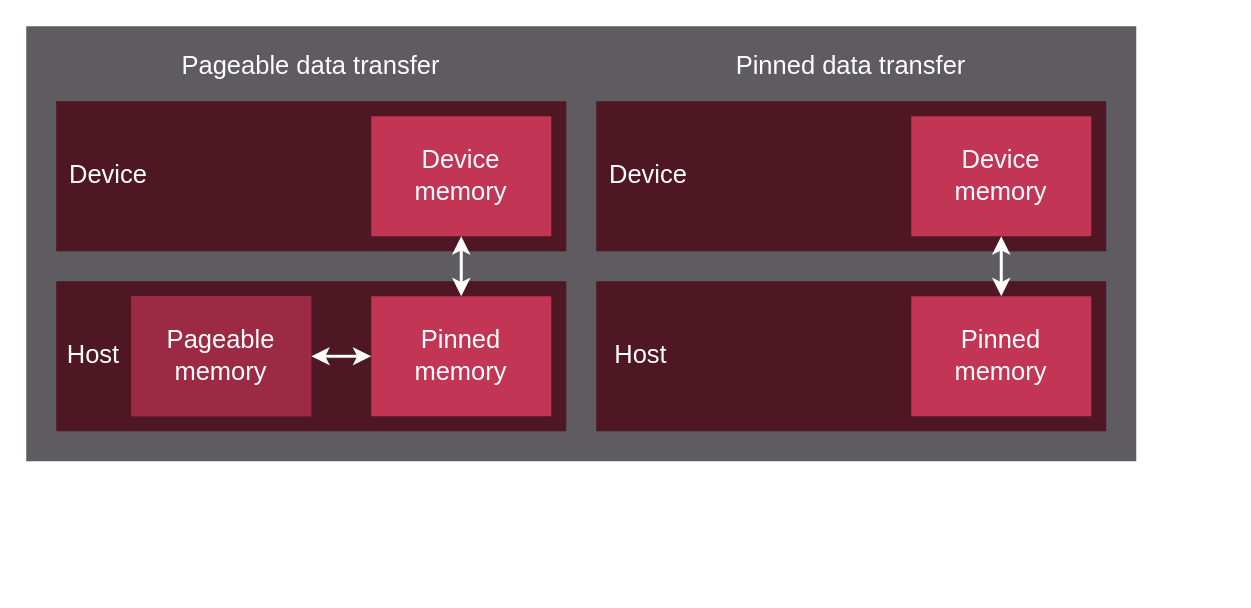
Earlier version of the draw.io diagram projects/hip/docs/data/how-to/hip_runtime_api/memory_management/pageable_pinned.drawio (NautRobot/Eze-P). Source tidied: cells renumbered, new cells numbered last; positions are measured from the earlier drawing's top-left corner, leaving out a move shared by most shapes. Both pictures are drawn from the tidied source at 150%, with x=0, y=0 at pixel (26, 26).
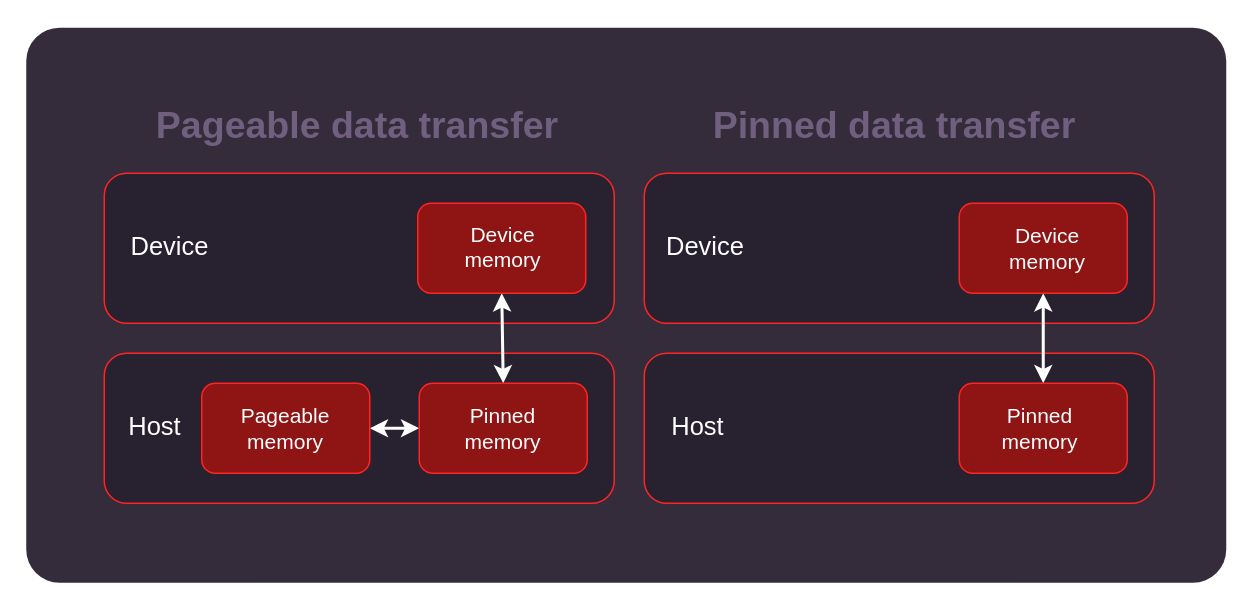
Above is the later version.

Diff of the diagram source:
```diff
@@
-    <mxCell id="2" style="rounded=0;whiteSpace=wrap;html=1;fillColor=#5E5B61;fontColor=#FFFFFF;strokeColor=none;spacing=0;" parent="1" vertex="1">
-      <mxGeometry width="740" height="290" as="geometry" />
-    </mxCell>
-    <mxCell id="3" value="Pageable data transfer" style="text;strokeColor=none;fillColor=none;align=center;verticalAlign=middle;rounded=0;fontFamily=Helvetica;fontSize=17;fontColor=#FFFFFF;" parent="1" vertex="1">
-      <mxGeometry x="20" y="10" width="340" height="30" as="geometry" />
-    </mxCell>
+    <mxCell id="32" style="rounded=1;whiteSpace=wrap;html=1;fillColor=#342C3B;fontColor=#FFFFFF;strokeColor=none;spacing=0;arcSize=6;" parent="1" vertex="1">
+      <mxGeometry y="1" width="800" height="370" as="geometry" />
+    </mxCell>
-    <mxCell id="4" style="rounded=0;whiteSpace=wrap;html=1;fillColor=#4F1623;fontColor=#FFFFFF;strokeColor=none;" parent="1" vertex="1">
-      <mxGeometry x="20" y="170" width="340" height="100" as="geometry" />
+    <mxCell id="4" style="whiteSpace=wrap;html=1;fontSize=16;fontFamily=Verdana;rounded=1;strokeColor=#ff2424;fillStyle=solid;fontColor=#F0F0F0;fillColor=#272130;" parent="1" vertex="1">
+      <mxGeometry x="52" y="218" width="340" height="100" as="geometry" />
     </mxCell>
-    <mxCell id="5" style="group;" parent="1" vertex="1">
-      <mxGeometry x="230" y="180" width="120" height="80" as="geometry" />
-    </mxCell>
-    <mxCell id="6" style="rounded=0;whiteSpace=wrap;html=1;fillColor=#C23555;fontColor=#FFFFFF;strokeColor=none;" parent="5" vertex="1">
-      <mxGeometry width="120" height="80" as="geometry" />
-    </mxCell>
-    <mxCell id="7" value="&lt;div&gt;Pinned memory&lt;/div&gt;" style="text;html=1;strokeColor=none;fillColor=none;align=center;verticalAlign=middle;whiteSpace=wrap;rounded=0;fontSize=17;fontColor=#FFFFFF;" parent="5" vertex="1">
-      <mxGeometry width="120" height="80" as="geometry" />
-    </mxCell>
-    <mxCell id="8" value="Pinned data transfer" style="text;strokeColor=none;fillColor=none;align=center;verticalAlign=middle;rounded=0;fontFamily=Helvetica;fontSize=17;fontColor=#FFFFFF;" parent="1" vertex="1">
-      <mxGeometry x="380" y="10" width="340" height="30" as="geometry" />
-    </mxCell>
-    <mxCell id="9" style="group;fillColor=#9C2A44;" parent="1" vertex="1">
-      <mxGeometry x="70" y="180" width="120" height="80" as="geometry" />
-    </mxCell>
-    <mxCell id="10" style="rounded=0;whiteSpace=wrap;html=1;fillColor=#9C2A44;fontColor=#FFFFFF;strokeColor=none;" parent="9" vertex="1">
-      <mxGeometry width="120" height="80" as="geometry" />
-    </mxCell>
-    <mxCell id="11" value="Pageable memory" style="text;html=1;strokeColor=none;fillColor=none;align=center;verticalAlign=middle;whiteSpace=wrap;rounded=0;fontSize=17;fontColor=#FFFFFF;" parent="9" vertex="1">
-      <mxGeometry width="120" height="80" as="geometry" />
-    </mxCell>
-    <mxCell id="12" style="endArrow=classic;startArrow=classic;html=1;rounded=0;entryX=1;entryY=0.5;entryDx=0;entryDy=0;strokeWidth=2;exitX=0;exitY=0.5;exitDx=0;exitDy=0;" parent="1" edge="1" source="7" target="10">
-      <mxGeometry relative="1" as="geometry" />
-    </mxCell>
-    <mxCell id="13" style="rounded=0;whiteSpace=wrap;html=1;fillColor=#4F1623;fontColor=#FFFFFF;strokeColor=none;" parent="1" vertex="1">
-      <mxGeometry x="20" y="50" width="340" height="100" as="geometry" />
+    <mxCell id="13" style="whiteSpace=wrap;html=1;fontSize=16;fontFamily=Verdana;rounded=1;strokeColor=#ff2424;fillStyle=solid;fontColor=#F0F0F0;fillColor=#272130;" parent="1" vertex="1">
+      <mxGeometry x="52" y="98" width="340" height="100" as="geometry" />
     </mxCell>
-    <mxCell id="14" style="group;" parent="1" vertex="1">
-      <mxGeometry x="230" y="60" width="120" height="80" as="geometry" />
-    </mxCell>
-    <mxCell id="15" style="rounded=0;whiteSpace=wrap;html=1;fillColor=#C23555;fontColor=#FFFFFF;strokeColor=none;" parent="14" vertex="1">
-      <mxGeometry width="120" height="80" as="geometry" />
-    </mxCell>
-    <mxCell id="16" value="&lt;div&gt;Device memory&lt;/div&gt;" style="text;html=1;strokeColor=none;fillColor=none;align=center;verticalAlign=middle;whiteSpace=wrap;rounded=0;fontSize=17;fontColor=#FFFFFF;" parent="14" vertex="1">
-      <mxGeometry width="120" height="80" as="geometry" />
-    </mxCell>
-    <mxCell id="17" style="endArrow=classic;startArrow=classic;html=1;rounded=0;entryX=0.5;entryY=0;entryDx=0;entryDy=0;strokeWidth=2;strokeColor=#ffffff;exitX=0.5;exitY=1;exitDx=0;exitDy=0;" parent="1" edge="1" source="16" target="6">
+    <mxCell id="17" style="endArrow=classic;startArrow=classic;html=1;rounded=0;entryX=0.5;entryY=0;entryDx=0;entryDy=0;strokeWidth=2;strokeColor=#ffffff;exitX=0.5;exitY=1;exitDx=0;exitDy=0;" parent="1" edge="1" source="33" target="38">
       <mxGeometry relative="1" as="geometry" />
     </mxCell>
-    <mxCell id="18" style="rounded=0;whiteSpace=wrap;html=1;fillColor=#4F1623;fontColor=#FFFFFF;strokeColor=none;" parent="1" vertex="1">
-      <mxGeometry x="380" y="170" width="340" height="100" as="geometry" />
+    <mxCell id="18" style="whiteSpace=wrap;html=1;fontSize=16;fontFamily=Verdana;rounded=1;strokeColor=#ff2424;fillStyle=solid;fontColor=#F0F0F0;fillColor=#272130;" parent="1" vertex="1">
+      <mxGeometry x="412" y="218" width="340" height="100" as="geometry" />
     </mxCell>
-    <mxCell id="19" style="group;" parent="1" vertex="1">
-      <mxGeometry x="590" y="180" width="120" height="80" as="geometry" />
-    </mxCell>
-    <mxCell id="20" style="rounded=0;whiteSpace=wrap;html=1;fillColor=#C23555;fontColor=#FFFFFF;strokeColor=none;" parent="19" vertex="1">
-      <mxGeometry width="120" height="80" as="geometry" />
-    </mxCell>
-    <mxCell id="21" value="&lt;div&gt;Pinned memory&lt;/div&gt;" style="text;html=1;strokeColor=none;fillColor=none;align=center;verticalAlign=middle;whiteSpace=wrap;rounded=0;fontSize=17;fontColor=#FFFFFF;" parent="19" vertex="1">
-      <mxGeometry width="120" height="80" as="geometry" />
-    </mxCell>
-    <mxCell id="22" style="rounded=0;whiteSpace=wrap;html=1;fillColor=#4F1623;fontColor=#FFFFFF;strokeColor=none;" parent="1" vertex="1">
-      <mxGeometry x="380" y="50" width="340" height="100" as="geometry" />
+    <mxCell id="22" style="whiteSpace=wrap;html=1;fontSize=16;fontFamily=Verdana;rounded=1;strokeColor=#ff2424;fillStyle=solid;fontColor=#F0F0F0;fillColor=#272130;" parent="1" vertex="1">
+      <mxGeometry x="412" y="98" width="340" height="100" as="geometry" />
     </mxCell>
-    <mxCell id="23" style="group;" parent="1" vertex="1">
-      <mxGeometry x="590" y="60" width="120" height="80" as="geometry" />
-    </mxCell>
-    <mxCell id="24" style="rounded=0;whiteSpace=wrap;html=1;fillColor=#C23555;fontColor=#FFFFFF;strokeColor=none;" parent="23" vertex="1">
-      <mxGeometry width="120" height="80" as="geometry" />
-    </mxCell>
-    <mxCell id="25" value="&lt;div&gt;Device memory&lt;/div&gt;" style="text;html=1;strokeColor=none;fillColor=none;align=center;verticalAlign=middle;whiteSpace=wrap;rounded=0;fontSize=17;fontColor=#FFFFFF;" parent="23" vertex="1">
-      <mxGeometry width="120" height="80" as="geometry" />
-    </mxCell>
-    <mxCell id="26" style="edgeStyle=none;html=1;exitX=0.5;exitY=0;exitDx=0;exitDy=0;entryX=0.5;entryY=1;entryDx=0;entryDy=0;startArrow=classic;startFill=1;strokeWidth=2;strokeColor=#FFFFFF;" parent="1" edge="1" source="21" target="25">
+    <mxCell id="26" style="edgeStyle=none;html=1;exitX=0.5;exitY=0;exitDx=0;exitDy=0;entryX=0.5;entryY=1;entryDx=0;entryDy=0;startArrow=classic;startFill=1;strokeWidth=2;strokeColor=#FFFFFF;" parent="1" edge="1" source="40" target="35">
       <mxGeometry relative="1" as="geometry" />
     </mxCell>
-    <mxCell id="27" value="&lt;div&gt;Host&lt;/div&gt;" style="text;html=1;strokeColor=none;fillColor=none;align=center;verticalAlign=middle;whiteSpace=wrap;rounded=0;fontSize=17;fontColor=#FFFFFF;direction=west;" parent="1" vertex="1">
-      <mxGeometry x="20" y="205" width="50" height="30" as="geometry" />
+    <mxCell id="27" value="&lt;div&gt;&lt;font style=&quot;color: rgb(255, 255, 255);&quot;&gt;Host&lt;/font&gt;&lt;/div&gt;" style="text;html=1;strokeColor=none;fillColor=none;align=center;verticalAlign=middle;whiteSpace=wrap;rounded=0;fontSize=17;fontColor=#FFFFFF;direction=west;" parent="1" vertex="1">
+      <mxGeometry x="61" y="253" width="50" height="30" as="geometry" />
     </mxCell>
-    <mxCell id="28" value="&lt;div&gt;Device&lt;/div&gt;" style="text;html=1;strokeColor=none;fillColor=none;align=center;verticalAlign=middle;whiteSpace=wrap;rounded=0;fontSize=17;fontColor=#FFFFFF;" parent="1" vertex="1">
-      <mxGeometry x="20" y="85" width="70" height="30" as="geometry" />
+    <mxCell id="28" value="&lt;div&gt;&lt;font style=&quot;color: rgb(255, 255, 255);&quot;&gt;Device&lt;/font&gt;&lt;/div&gt;" style="text;html=1;strokeColor=none;fillColor=none;align=center;verticalAlign=middle;whiteSpace=wrap;rounded=0;fontSize=17;fontColor=#FFFFFF;" parent="1" vertex="1">
+      <mxGeometry x="61" y="133" width="70" height="30" as="geometry" />
     </mxCell>
-    <mxCell id="29" value="&lt;div&gt;Device&lt;/div&gt;" style="text;html=1;strokeColor=none;fillColor=none;align=center;verticalAlign=middle;whiteSpace=wrap;rounded=0;fontSize=17;fontColor=#FFFFFF;" parent="1" vertex="1">
-      <mxGeometry x="380" y="85" width="70" height="30" as="geometry" />
+    <mxCell id="29" value="&lt;div&gt;&lt;font style=&quot;color: rgb(255, 255, 255);&quot;&gt;Device&lt;/font&gt;&lt;/div&gt;" style="text;html=1;strokeColor=none;fillColor=none;align=center;verticalAlign=middle;whiteSpace=wrap;rounded=0;fontSize=17;fontColor=#FFFFFF;" parent="1" vertex="1">
+      <mxGeometry x="418" y="133" width="70" height="30" as="geometry" />
     </mxCell>
-    <mxCell id="30" value="&lt;div&gt;Host&lt;/div&gt;" style="text;html=1;strokeColor=none;fillColor=none;align=center;verticalAlign=middle;whiteSpace=wrap;rounded=0;fontSize=17;fontColor=#FFFFFF;" parent="1" vertex="1">
-      <mxGeometry x="380" y="205" width="60" height="30" as="geometry" />
+    <mxCell id="30" value="&lt;div&gt;&lt;font style=&quot;color: rgb(255, 255, 255);&quot;&gt;Host&lt;/font&gt;&lt;/div&gt;" style="text;html=1;strokeColor=none;fillColor=none;align=center;verticalAlign=middle;whiteSpace=wrap;rounded=0;fontSize=17;fontColor=#FFFFFF;" parent="1" vertex="1">
+      <mxGeometry x="418" y="253" width="60" height="30" as="geometry" />
     </mxCell>
-    <mxCell id="31" style="edgeStyle=none;html=1;strokeWidth=2;startArrow=classic;startFill=1;strokeColor=#FFFFFF;" parent="1" edge="1" source="11" target="7">
-      <mxGeometry relative="1" as="geometry" />
+    <mxCell id="31" style="edgeStyle=none;html=1;strokeWidth=2;startArrow=classic;startFill=1;strokeColor=#FFFFFF;exitX=1;exitY=0.5;exitDx=0;exitDy=0;" parent="1" edge="1" source="37">
+      <mxGeometry relative="1" as="geometry">
+        <mxPoint x="262" y="268" as="targetPoint" />
+      </mxGeometry>
     </mxCell>
+    <mxCell id="3" value="Pageable data transfer" style="text;html=1;strokeColor=none;fillColor=none;align=center;verticalAlign=middle;whiteSpace=wrap;rounded=0;fontSize=25;fontColor=#705F7F;fontStyle=1;" parent="1" vertex="1">
+      <mxGeometry x="52" y="50" width="338" height="30" as="geometry" />
+    </mxCell>
+    <mxCell id="33" style="whiteSpace=wrap;html=1;fontSize=16;fontFamily=Verdana;rounded=1;verticalAlign=top;strokeColor=#ff2424;fillColor=#8F1414;fontColor=#F0F0F0;" parent="1" vertex="1">
+      <mxGeometry x="261" y="118" width="112" height="60" as="geometry" />
+    </mxCell>
+    <mxCell id="34" value="Device memory" style="text;html=1;strokeColor=none;fillColor=none;align=center;verticalAlign=middle;whiteSpace=wrap;rounded=0;fontSize=14;fontFamily=Helvetica;fontColor=#FFFFFF;" parent="1" vertex="1">
+      <mxGeometry x="288" y="137" width="60" height="20" as="geometry" />
+    </mxCell>
+    <mxCell id="35" style="whiteSpace=wrap;html=1;fontSize=16;fontFamily=Verdana;rounded=1;verticalAlign=top;strokeColor=#ff2424;fillColor=#8F1414;fontColor=#F0F0F0;" parent="1" vertex="1">
+      <mxGeometry x="622" y="118" width="112" height="60" as="geometry" />
+    </mxCell>
+    <mxCell id="36" value="Device memory" style="text;html=1;strokeColor=none;fillColor=none;align=center;verticalAlign=middle;whiteSpace=wrap;rounded=0;fontSize=14;fontFamily=Helvetica;fontColor=#FFFFFF;" parent="1" vertex="1">
+      <mxGeometry x="651" y="138" width="60" height="20" as="geometry" />
+    </mxCell>
+    <mxCell id="37" style="whiteSpace=wrap;html=1;fontSize=16;fontFamily=Verdana;rounded=1;verticalAlign=top;strokeColor=#ff2424;fillColor=#8F1414;fontColor=#F0F0F0;" parent="1" vertex="1">
+      <mxGeometry x="117" y="238" width="112" height="60" as="geometry" />
+    </mxCell>
+    <mxCell id="11" value="Pageable&lt;div&gt;&lt;font style=&quot;color: rgb(255, 255, 255);&quot;&gt;memory&lt;/font&gt;&lt;/div&gt;" style="text;html=1;strokeColor=none;fillColor=none;align=center;verticalAlign=middle;whiteSpace=wrap;rounded=0;fontSize=14;fontFamily=Helvetica;fontColor=#FFFFFF;" parent="1" vertex="1">
+      <mxGeometry x="143" y="252" width="60" height="32" as="geometry" />
+    </mxCell>
+    <mxCell id="38" style="whiteSpace=wrap;html=1;fontSize=16;fontFamily=Verdana;rounded=1;verticalAlign=top;strokeColor=#ff2424;fillColor=#8F1414;fontColor=#F0F0F0;" parent="1" vertex="1">
+      <mxGeometry x="262" y="238" width="112" height="60" as="geometry" />
+    </mxCell>
+    <mxCell id="39" value="Pinned&lt;div&gt;&lt;font style=&quot;color: rgb(255, 255, 255);&quot;&gt;memory&lt;/font&gt;&lt;/div&gt;" style="text;html=1;strokeColor=none;fillColor=none;align=center;verticalAlign=middle;whiteSpace=wrap;rounded=0;fontSize=14;fontFamily=Helvetica;fontColor=#FFFFFF;" parent="1" vertex="1">
+      <mxGeometry x="288" y="252" width="60" height="32" as="geometry" />
+    </mxCell>
+    <mxCell id="40" style="whiteSpace=wrap;html=1;fontSize=16;fontFamily=Verdana;rounded=1;verticalAlign=top;strokeColor=#ff2424;fillColor=#8F1414;fontColor=#F0F0F0;" parent="1" vertex="1">
+      <mxGeometry x="622" y="238" width="112" height="60" as="geometry" />
+    </mxCell>
+    <mxCell id="41" value="Pinned&lt;div&gt;&lt;font style=&quot;color: rgb(255, 255, 255);&quot;&gt;memory&lt;/font&gt;&lt;/div&gt;" style="text;html=1;strokeColor=none;fillColor=none;align=center;verticalAlign=middle;whiteSpace=wrap;rounded=0;fontSize=14;fontFamily=Helvetica;fontColor=#FFFFFF;" parent="1" vertex="1">
+      <mxGeometry x="646" y="252" width="60" height="32" as="geometry" />
+    </mxCell>
+    <mxCell id="8" value="Pinned data transfer" style="text;html=1;strokeColor=none;fillColor=none;align=center;verticalAlign=middle;whiteSpace=wrap;rounded=0;fontSize=25;fontColor=#705F7F;fontStyle=1;" parent="1" vertex="1">
+      <mxGeometry x="410" y="50" width="338" height="30" as="geometry" />
+    </mxCell>
```
